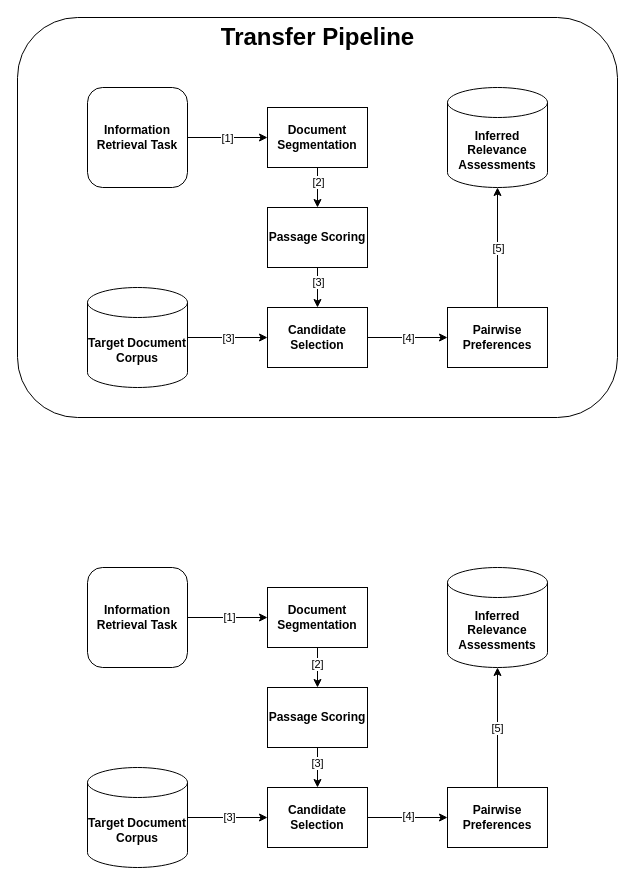
The draw.io diagram page "general" (2 of 7) of thesis/graphics/drawio/stages.drawio in Integer-Ctrl/thesis-fhofer, before the edit. Source tidied: cells renumbered, new cells numbered last; positions are measured from the earlier drawing's top-left corner, leaving out a move shared by most shapes. Both pictures are drawn from the tidied source at 100%, with x=0, y=0 at pixel (17, 17).
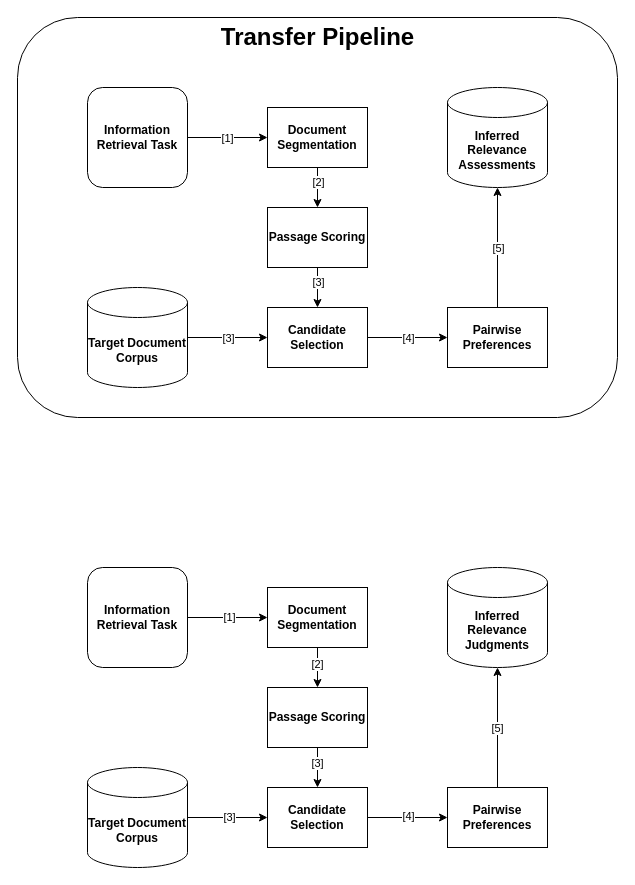
After the change.

Change to the diagram source:
```diff
@@
-    <mxCell id="39" value="&lt;b&gt;Inferred Relevance Assessments&lt;/b&gt;" style="shape=cylinder3;whiteSpace=wrap;html=1;boundedLbl=1;backgroundOutline=1;size=15;" parent="1" vertex="1">
+    <mxCell id="39" value="&lt;b&gt;Inferred Relevance Judgments&lt;/b&gt;" style="shape=cylinder3;whiteSpace=wrap;html=1;boundedLbl=1;backgroundOutline=1;size=15;" parent="1" vertex="1">
       <mxGeometry x="430" y="550" width="100" height="100" as="geometry" />
     </mxCell>
```
